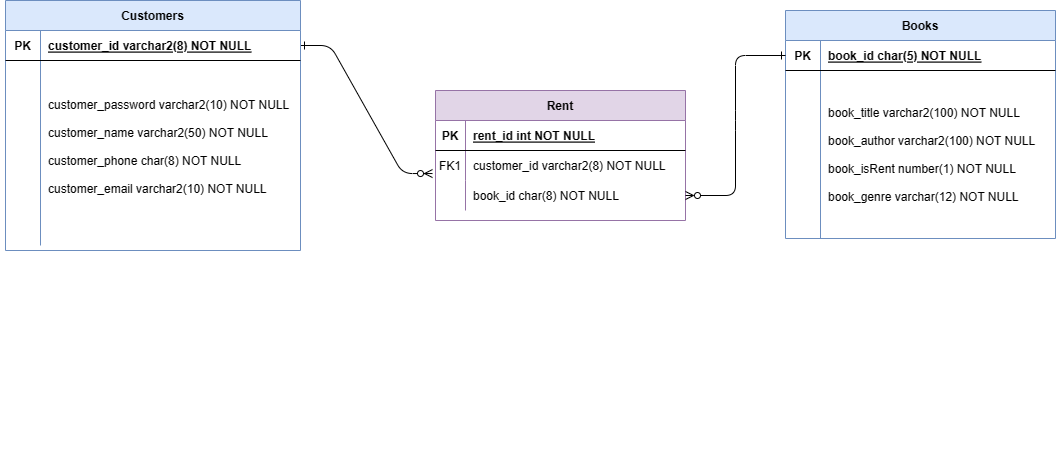
dmswlb/shinhan_project1 keeps this draw.io diagram as BookRent 다이어그램.drawio.png. Above is the earlier version. Source tidied: cells renumbered, new cells last; positions are measured from the earlier drawing's top-left corner, leaving out a move shared by most shapes.
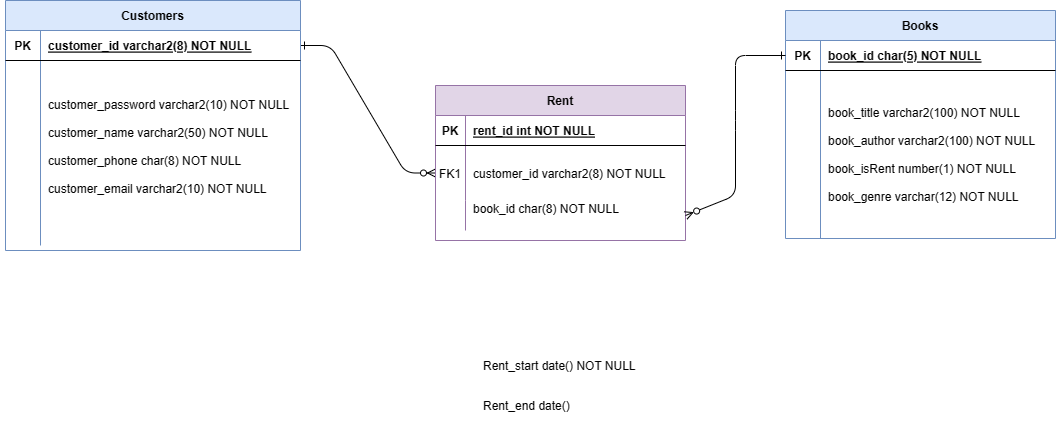
The same diagram one commit later.

Commit message:
BookRent 다이어그램.drawio.png 업데이트

Diff of the diagram source:
```diff
@@ -2,7 +2,7 @@
   <root>
     <mxCell id="0" />
     <mxCell id="1" parent="0" />
-    <mxCell id="2" style="edgeStyle=entityRelationEdgeStyle;endArrow=ERzeroToMany;startArrow=ERone;endFill=1;startFill=0;exitX=1;exitY=0.5;exitDx=0;exitDy=0;entryX=-0.012;entryY=0.768;entryDx=0;entryDy=0;entryPerimeter=0;" parent="1" edge="1" source="16" target="7">
+    <mxCell id="2" style="edgeStyle=entityRelationEdgeStyle;endArrow=ERzeroToMany;startArrow=ERone;endFill=1;startFill=0;exitX=1;exitY=0.5;exitDx=0;exitDy=0;entryX=0;entryY=0.5;entryDx=0;entryDy=0;" parent="1" edge="1" source="16" target="7">
       <mxGeometry relative="1" as="geometry">
         <Array as="points">
           <mxPoint x="385" y="180" />
@@ -10,7 +10,7 @@
       </mxGeometry>
     </mxCell>
     <mxCell id="3" value="Rent" style="shape=table;startSize=30;rowLines=0;fontStyle=1;align=center;fillColor=#e1d5e7;strokeColor=#9673a6;" parent="1" vertex="1">
-      <mxGeometry x="435" y="90" width="250" height="130" as="geometry" />
+      <mxGeometry x="435" y="85" width="250" height="155" as="geometry" />
     </mxCell>
     <mxCell id="4" style="shape=partialRectangle;fillColor=none;top=0;left=0;right=0;bottom=1;" parent="3" vertex="1">
       <mxGeometry y="30" width="250" height="30" as="geometry" />
@@ -22,21 +22,21 @@
       <mxGeometry x="30" width="220" height="30" as="geometry" />
     </mxCell>
     <mxCell id="7" style="shape=partialRectangle;fillColor=none;points=[[0,0.5],[1,0.5]];portConstraint=eastwest;top=0;left=0;right=0;bottom=0;" parent="3" vertex="1">
-      <mxGeometry y="60" width="250" height="30" as="geometry" />
+      <mxGeometry y="60" width="250" height="55" as="geometry" />
     </mxCell>
     <mxCell id="8" value="FK1" style="shape=partialRectangle;overflow=hidden;fillColor=none;top=0;left=0;bottom=0;right=0;" parent="7" vertex="1">
-      <mxGeometry width="30" height="30" as="geometry" />
+      <mxGeometry width="30" height="55" as="geometry" />
     </mxCell>
     <mxCell id="9" value="customer_id varchar2(8) NOT NULL" style="shape=partialRectangle;overflow=hidden;fillColor=none;top=0;left=0;bottom=0;right=0;align=left;spacingLeft=6;" parent="7" vertex="1">
-      <mxGeometry x="30" width="220" height="30" as="geometry" />
+      <mxGeometry x="30" width="220" height="55" as="geometry" />
     </mxCell>
     <mxCell id="10" style="shape=partialRectangle;fillColor=none;points=[[0,0.5],[1,0.5]];portConstraint=eastwest;top=0;left=0;right=0;bottom=0;" parent="3" vertex="1">
-      <mxGeometry y="90" width="250" height="30" as="geometry" />
+      <mxGeometry y="115" width="250" height="30" as="geometry" />
     </mxCell>
     <mxCell id="11" style="shape=partialRectangle;overflow=hidden;fillColor=none;top=0;left=0;bottom=0;right=0;" parent="10" vertex="1">
       <mxGeometry width="30" height="30" as="geometry" />
     </mxCell>
-    <mxCell id="12" value="book_id char(8) NOT NULL" style="shape=partialRectangle;overflow=hidden;fillColor=none;top=0;left=0;bottom=0;right=0;align=left;spacingLeft=6;" parent="10" vertex="1">
+    <mxCell id="12" value="book_id char(8) NOT NULL&#10;" style="shape=partialRectangle;overflow=hidden;fillColor=none;top=0;left=0;bottom=0;right=0;align=left;spacingLeft=6;" parent="10" vertex="1">
       <mxGeometry x="30" width="220" height="30" as="geometry" />
     </mxCell>
     <mxCell id="13" style="shape=partialRectangle;overflow=hidden;fillColor=none;top=0;left=0;bottom=0;right=0;" parent="1" vertex="1">
@@ -69,9 +69,6 @@
     <mxCell id="22" style="shape=partialRectangle;overflow=hidden;fillColor=none;top=0;left=0;bottom=0;right=0;" parent="14" vertex="1">
       <mxGeometry y="90" width="30" height="30" as="geometry" />
     </mxCell>
-    <mxCell id="23" style="shape=partialRectangle;fillColor=none;top=0;left=0;right=0;bottom=0;" parent="1" vertex="1">
-      <mxGeometry x="515" y="420" width="250" height="30" as="geometry" />
-    </mxCell>
     <mxCell id="24" value="Books" style="shape=table;startSize=30;rowLines=0;fontStyle=1;align=center;fillColor=#dae8fc;strokeColor=#6c8ebf;" parent="1" vertex="1">
       <mxGeometry x="785" y="10" width="270" height="228" as="geometry" />
     </mxCell>
@@ -102,5 +99,11 @@
         </Array>
       </mxGeometry>
     </mxCell>
+    <mxCell id="32" value="Rent_start date() NOT NULL" style="shape=partialRectangle;overflow=hidden;fillColor=none;top=0;left=0;bottom=0;right=0;align=left;spacingLeft=6;" parent="1" vertex="1">
+      <mxGeometry x="475" y="350" width="220" height="30" as="geometry" />
+    </mxCell>
+    <mxCell id="33" value="Rent_end date() " style="shape=partialRectangle;overflow=hidden;fillColor=none;top=0;left=0;bottom=0;right=0;align=left;spacingLeft=6;" parent="1" vertex="1">
+      <mxGeometry x="475" y="390" width="220" height="30" as="geometry" />
+    </mxCell>
   </root>
 </mxGraphModel>
```
